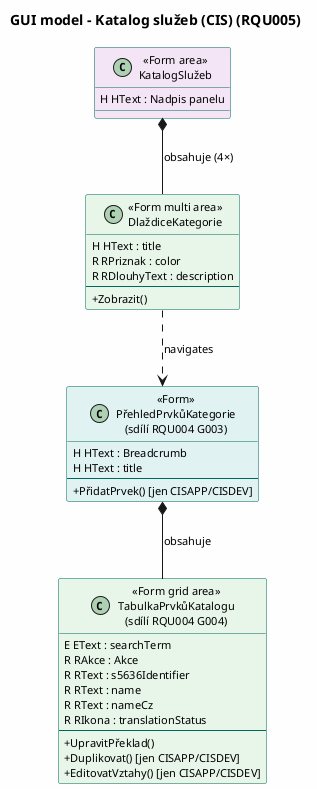
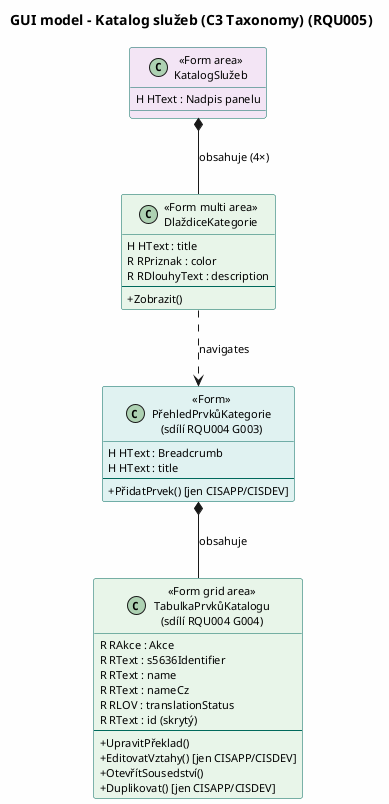
@startuml GUI_class_diagram
skinparam classAttributeIconSize 0
skinparam defaultFontName "Segoe UI"
skinparam defaultFontSize 11
skinparam classMinWidth 160
skinparam backgroundColor #FEFEFE
skinparam class {
  BackgroundColor #E0F2F1
  BorderColor #00695c
}

- title GUI model – Katalog služeb (CIS) (RQU005)
+ title GUI model – Katalog služeb (C3 Taxonomy) (RQU005)

class "<<Form area>>\nKatalogSlužeb" as G001 [[#gui-G001]] #f3e5f5 {
    H HText : Nadpis panelu
}

class "<<Form multi area>>\nDlaždiceKategorie" as G002 [[#gui-G002]] #e8f5e9 {
    H HText : title
    R RPriznak : color
    R RDlouhyText : description
    --
    + Zobrazit()
}

class "<<Form>>\nPřehledPrvkůKategorie\n(sdílí RQU004 G003)" as G003 [[#gui-G003]] {
    H HText : Breadcrumb
    H HText : title
    --
    + PřidatPrvek() [jen CISAPP/CISDEV]
}

class "<<Form grid area>>\nTabulkaPrvkůKatalogu\n(sdílí RQU004 G004)" as G004 [[#gui-G004]] #e8f5e9 {
-     E EText : searchTerm
    R RAkce : Akce
    R RText : s5636Identifier
    R RText : name
    R RText : nameCz
-     R RIkona : translationStatus
+     R RLOV : translationStatus
+     R RText : id (skrytý)
    --
    + UpravitPřeklad()
+     + EditovatVztahy() [jen CISAPP/CISDEV]
+     + OtevřítSousedství()
    + Duplikovat() [jen CISAPP/CISDEV]
-     + EditovatVztahy() [jen CISAPP/CISDEV]
}

G001 *-- G002 : obsahuje (4×)
G002 ..> G003 : navigates
G003 *-- G004 : obsahuje

@enduml
